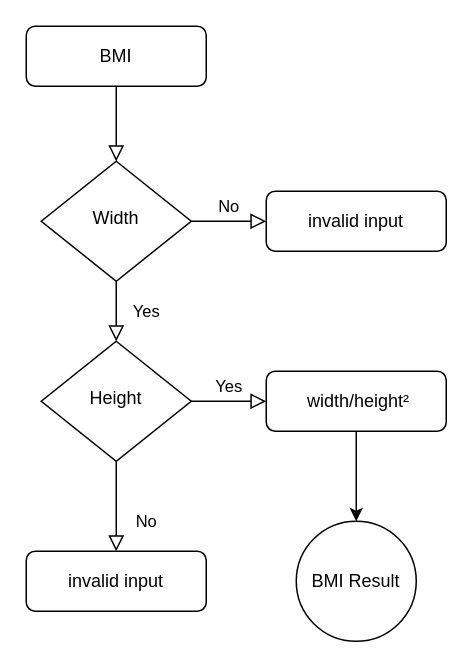
The draw.io diagram 100DaysOfCode/IMC.drawio in Ephebo/100DaysOfCode, before the edit. Source tidied: cells renumbered, new cells numbered last; positions are measured from the earlier drawing's top-left corner, leaving out a move shared by most shapes. Both pictures are drawn from the tidied source at 150%, with x=0, y=0 at pixel (26, 26).
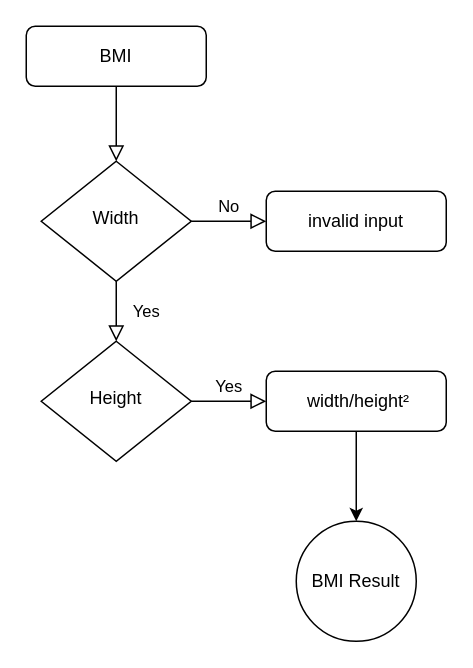
The same diagram, later.

Diff of the diagram source:
```diff
@@
 <mxGraphModel>
   <root>
     <mxCell id="0" />
     <mxCell id="1" parent="0" />
     <mxCell id="2" style="rounded=0;html=1;jettySize=auto;fontSize=11;endArrow=block;endFill=0;endSize=8;strokeWidth=1;shadow=0;labelBackgroundColor=none;edgeStyle=orthogonalEdgeStyle;" parent="1" edge="1" source="3" target="6">
       <mxGeometry relative="1" as="geometry" />
     </mxCell>
     <mxCell id="3" value="BMI" style="rounded=1;whiteSpace=wrap;html=1;fontSize=12;glass=0;strokeWidth=1;shadow=0;" parent="1" vertex="1">
       <mxGeometry width="120" height="40" as="geometry" />
     </mxCell>
     <mxCell id="4" value="Yes" style="rounded=0;html=1;jettySize=auto;fontSize=11;endArrow=block;endFill=0;endSize=8;strokeWidth=1;shadow=0;labelBackgroundColor=none;edgeStyle=orthogonalEdgeStyle;" parent="1" edge="1" source="6" target="10">
       <mxGeometry y="20" relative="1" as="geometry" />
     </mxCell>
     <mxCell id="5" value="No" style="edgeStyle=orthogonalEdgeStyle;rounded=0;html=1;jettySize=auto;fontSize=11;endArrow=block;endFill=0;endSize=8;strokeWidth=1;shadow=0;labelBackgroundColor=none;" parent="1" edge="1" source="6" target="7">
       <mxGeometry y="10" relative="1" as="geometry" />
     </mxCell>
     <mxCell id="6" value="Width" style="rhombus;whiteSpace=wrap;html=1;shadow=0;fontFamily=Helvetica;fontSize=12;align=center;strokeWidth=1;spacing=6;spacingTop=-4;" parent="1" vertex="1">
       <mxGeometry x="10" y="90" width="100" height="80" as="geometry" />
     </mxCell>
     <mxCell id="7" value="invalid input" style="rounded=1;whiteSpace=wrap;html=1;fontSize=12;glass=0;strokeWidth=1;shadow=0;" parent="1" vertex="1">
       <mxGeometry x="160" y="110" width="120" height="40" as="geometry" />
     </mxCell>
-    <mxCell id="8" value="No" style="rounded=0;html=1;jettySize=auto;fontSize=11;endArrow=block;endFill=0;endSize=8;strokeWidth=1;shadow=0;labelBackgroundColor=none;edgeStyle=orthogonalEdgeStyle;" parent="1" edge="1" source="10" target="11">
-      <mxGeometry x="0.33" y="20" relative="1" as="geometry" />
-    </mxCell>
     <mxCell id="9" value="Yes" style="edgeStyle=orthogonalEdgeStyle;rounded=0;html=1;jettySize=auto;fontSize=11;endArrow=block;endFill=0;endSize=8;strokeWidth=1;shadow=0;labelBackgroundColor=none;" parent="1" edge="1" source="10" target="13">
       <mxGeometry y="10" relative="1" as="geometry" />
     </mxCell>
     <mxCell id="10" value="Height" style="rhombus;whiteSpace=wrap;html=1;shadow=0;fontFamily=Helvetica;fontSize=12;align=center;strokeWidth=1;spacing=6;spacingTop=-4;" parent="1" vertex="1">
       <mxGeometry x="10" y="210" width="100" height="80" as="geometry" />
     </mxCell>
-    <mxCell id="11" value="invalid input" style="rounded=1;whiteSpace=wrap;html=1;fontSize=12;glass=0;strokeWidth=1;shadow=0;" parent="1" vertex="1">
-      <mxGeometry y="350" width="120" height="40" as="geometry" />
-    </mxCell>
     <mxCell id="12" style="edgeStyle=orthogonalEdgeStyle;rounded=0;jettySize=auto;html=1;" parent="1" edge="1" source="13" target="14">
       <mxGeometry relative="1" as="geometry" />
     </mxCell>
     <mxCell id="13" value="&amp;nbsp;width/height²" style="rounded=1;whiteSpace=wrap;html=1;fontSize=12;glass=0;strokeWidth=1;shadow=0;" parent="1" vertex="1">
       <mxGeometry x="160" y="230" width="120" height="40" as="geometry" />
     </mxCell>
     <mxCell id="14" value="BMI Result" style="ellipse;whiteSpace=wrap;html=1;rounded=1;glass=0;strokeWidth=1;shadow=0;" parent="1" vertex="1">
       <mxGeometry x="180" y="330" width="80" height="80" as="geometry" />
     </mxCell>
   </root>
 </mxGraphModel>
```
